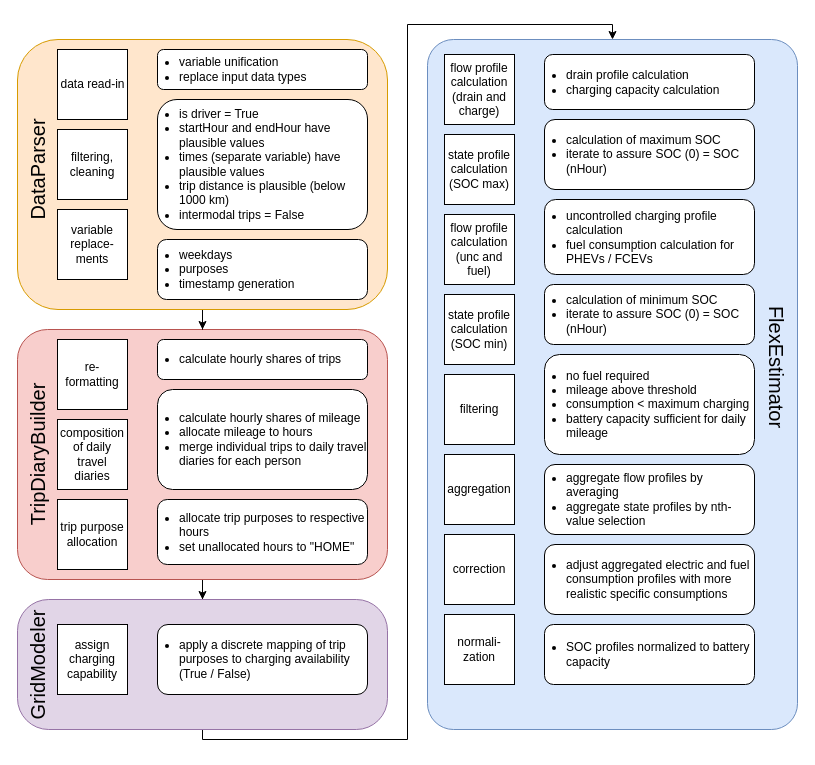
Before: docs/figures/vencoPy_schema.drawio in lightmanrsa/ev_modelling, a draw.io diagram. Source tidied: cells renumbered, new cells numbered last; positions are measured from the earlier drawing's top-left corner, leaving out a move shared by most shapes. Both pictures are drawn from the tidied source at 100%, with x=0, y=0 at pixel (-98, 24).
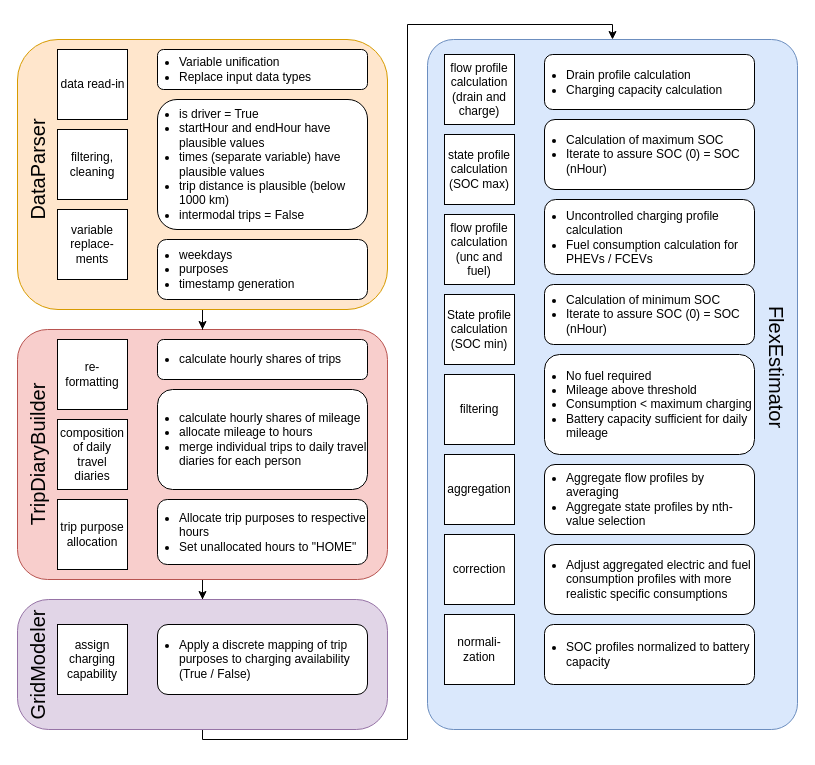
After the change.

Diff of the diagram source:
```diff
@@
-    <mxCell id="12" value="&lt;ul&gt;&lt;li&gt;variable unification&lt;/li&gt;&lt;li&gt;replace input data types&lt;br&gt;&lt;/li&gt;&lt;/ul&gt;" style="rounded=1;whiteSpace=wrap;html=1;align=left;spacingLeft=-20;" parent="1" vertex="1">
+    <mxCell id="12" value="&lt;ul&gt;&lt;li&gt;Variable unification&lt;/li&gt;&lt;li&gt;Replace input data types&lt;br&gt;&lt;/li&gt;&lt;/ul&gt;" style="rounded=1;whiteSpace=wrap;html=1;align=left;spacingLeft=-20;" parent="1" vertex="1">
       <mxGeometry x="255" y="25" width="210" height="40" as="geometry" />
     </mxCell>
@@
-    <mxCell id="23" value="&lt;ul&gt;&lt;li&gt;apply a discrete mapping of trip purposes to charging availability (True / False)&lt;br&gt;&lt;/li&gt;&lt;/ul&gt;" style="rounded=1;whiteSpace=wrap;html=1;align=left;spacingRight=2;spacingLeft=-20;" parent="1" vertex="1">
+    <mxCell id="23" value="&lt;ul&gt;&lt;li&gt;Apply a discrete mapping of trip purposes to charging availability (True / False)&lt;br&gt;&lt;/li&gt;&lt;/ul&gt;" style="rounded=1;whiteSpace=wrap;html=1;align=left;spacingRight=2;spacingLeft=-20;" parent="1" vertex="1">
       <mxGeometry x="255" y="600" width="210" height="70" as="geometry" />
     </mxCell>
@@
-    <mxCell id="27" value="&lt;ul&gt;&lt;li&gt;drain profile calculation&lt;/li&gt;&lt;li&gt;charging capacity calculation&lt;br&gt;&lt;/li&gt;&lt;/ul&gt;" style="rounded=1;whiteSpace=wrap;html=1;align=left;spacingRight=2;spacingLeft=-20;" parent="1" vertex="1">
+    <mxCell id="27" value="&lt;ul&gt;&lt;li&gt;Drain profile calculation&lt;/li&gt;&lt;li&gt;Charging capacity calculation&lt;br&gt;&lt;/li&gt;&lt;/ul&gt;" style="rounded=1;whiteSpace=wrap;html=1;align=left;spacingRight=2;spacingLeft=-20;" parent="1" vertex="1">
       <mxGeometry x="642" y="30" width="210" height="55" as="geometry" />
     </mxCell>
-    <mxCell id="28" value="&lt;ul&gt;&lt;li&gt;calculation of maximum SOC &lt;br&gt;&lt;/li&gt;&lt;li&gt;iterate to assure SOC (0) = SOC (nHour)&lt;br&gt;&lt;/li&gt;&lt;/ul&gt;" style="rounded=1;whiteSpace=wrap;html=1;align=left;spacingLeft=-20;spacingRight=2;" parent="1" vertex="1">
+    <mxCell id="28" value="&lt;ul&gt;&lt;li&gt;Calculation of maximum SOC &lt;br&gt;&lt;/li&gt;&lt;li&gt;Iterate to assure SOC (0) = SOC (nHour)&lt;br&gt;&lt;/li&gt;&lt;/ul&gt;" style="rounded=1;whiteSpace=wrap;html=1;align=left;spacingLeft=-20;spacingRight=2;" parent="1" vertex="1">
       <mxGeometry x="642" y="95" width="210" height="70" as="geometry" />
     </mxCell>
@@
-    <mxCell id="30" value="&lt;ul&gt;&lt;li&gt;uncontrolled charging profile calculation&lt;/li&gt;&lt;li&gt;fuel consumption calculation for PHEVs / FCEVs&lt;br&gt;&lt;/li&gt;&lt;/ul&gt;" style="rounded=1;whiteSpace=wrap;html=1;align=left;spacingLeft=-20;" parent="1" vertex="1">
+    <mxCell id="30" value="&lt;ul&gt;&lt;li&gt;Uncontrolled charging profile calculation&lt;/li&gt;&lt;li&gt;Fuel consumption calculation for PHEVs / FCEVs&lt;br&gt;&lt;/li&gt;&lt;/ul&gt;" style="rounded=1;whiteSpace=wrap;html=1;align=left;spacingLeft=-20;" parent="1" vertex="1">
       <mxGeometry x="642" y="175" width="210" height="75" as="geometry" />
     </mxCell>
-    <mxCell id="31" value="state profile calculation (SOC min)" style="whiteSpace=wrap;html=1;" parent="1" vertex="1">
+    <mxCell id="31" value="State profile calculation (SOC min)" style="whiteSpace=wrap;html=1;" parent="1" vertex="1">
       <mxGeometry x="542" y="270" width="70" height="70" as="geometry" />
     </mxCell>
-    <mxCell id="32" value="&lt;ul&gt;&lt;li&gt;calculation of minimum SOC &lt;br&gt;&lt;/li&gt;&lt;li&gt;iterate to assure SOC (0) = SOC (nHour)&lt;br&gt;&lt;/li&gt;&lt;/ul&gt;" style="rounded=1;whiteSpace=wrap;html=1;align=left;spacingLeft=-20;" parent="1" vertex="1">
+    <mxCell id="32" value="&lt;ul&gt;&lt;li&gt;Calculation of minimum SOC &lt;br&gt;&lt;/li&gt;&lt;li&gt;Iterate to assure SOC (0) = SOC (nHour)&lt;br&gt;&lt;/li&gt;&lt;/ul&gt;" style="rounded=1;whiteSpace=wrap;html=1;align=left;spacingLeft=-20;" parent="1" vertex="1">
       <mxGeometry x="642" y="260" width="210" height="60" as="geometry" />
     </mxCell>
@@
-    <mxCell id="34" value="&lt;ul&gt;&lt;li&gt;no fuel required&lt;/li&gt;&lt;li&gt;mileage above threshold&lt;/li&gt;&lt;li&gt;consumption &amp;lt; maximum charging&lt;/li&gt;&lt;li&gt;battery capacity sufficient for daily mileage&lt;br&gt;&lt;/li&gt;&lt;/ul&gt;" style="rounded=1;whiteSpace=wrap;html=1;align=left;spacingLeft=-20;" parent="1" vertex="1">
+    <mxCell id="34" value="&lt;ul&gt;&lt;li&gt;No fuel required&lt;/li&gt;&lt;li&gt;Mileage above threshold&lt;/li&gt;&lt;li&gt;Consumption &amp;lt; maximum charging&lt;/li&gt;&lt;li&gt;Battery capacity sufficient for daily mileage&lt;br&gt;&lt;/li&gt;&lt;/ul&gt;" style="rounded=1;whiteSpace=wrap;html=1;align=left;spacingLeft=-20;" parent="1" vertex="1">
       <mxGeometry x="642" y="330" width="210" height="100" as="geometry" />
     </mxCell>
@@
-    <mxCell id="38" value="&lt;ul&gt;&lt;li&gt;aggregate flow profiles by averaging&lt;/li&gt;&lt;li&gt;aggregate state profiles by nth-value selection&lt;br&gt;&lt;/li&gt;&lt;/ul&gt;" style="rounded=1;whiteSpace=wrap;html=1;align=left;spacingLeft=-20;" parent="1" vertex="1">
+    <mxCell id="38" value="&lt;ul&gt;&lt;li&gt;Aggregate flow profiles by averaging&lt;/li&gt;&lt;li&gt;Aggregate state profiles by nth-value selection&lt;br&gt;&lt;/li&gt;&lt;/ul&gt;" style="rounded=1;whiteSpace=wrap;html=1;align=left;spacingLeft=-20;" parent="1" vertex="1">
       <mxGeometry x="642" y="440" width="210" height="70" as="geometry" />
     </mxCell>
-    <mxCell id="39" value="&lt;ul&gt;&lt;li&gt;adjust aggregated electric and fuel consumption profiles with more realistic specific consumptions&lt;br&gt;&lt;/li&gt;&lt;/ul&gt;" style="rounded=1;whiteSpace=wrap;html=1;align=left;spacingLeft=-20;spacingRight=2;" parent="1" vertex="1">
+    <mxCell id="39" value="&lt;ul&gt;&lt;li&gt;Adjust aggregated electric and fuel consumption profiles with more realistic specific consumptions&lt;br&gt;&lt;/li&gt;&lt;/ul&gt;" style="rounded=1;whiteSpace=wrap;html=1;align=left;spacingLeft=-20;spacingRight=2;" parent="1" vertex="1">
       <mxGeometry x="642" y="520" width="210" height="70" as="geometry" />
     </mxCell>
@@
-    <mxCell id="42" value="&lt;ul&gt;&lt;li&gt;allocate trip purposes to respective hours&lt;/li&gt;&lt;li&gt;set unallocated hours to &quot;HOME&quot;&lt;/li&gt;&lt;/ul&gt;" style="rounded=1;whiteSpace=wrap;html=1;align=left;spacing=2;spacingLeft=-20;" parent="1" vertex="1">
+    <mxCell id="42" value="&lt;ul&gt;&lt;li&gt;Allocate trip purposes to respective hours&lt;/li&gt;&lt;li&gt;Set unallocated hours to &quot;HOME&quot;&lt;/li&gt;&lt;/ul&gt;" style="rounded=1;whiteSpace=wrap;html=1;align=left;spacing=2;spacingLeft=-20;" parent="1" vertex="1">
       <mxGeometry x="255" y="475" width="210" height="65" as="geometry" />
     </mxCell>
```
